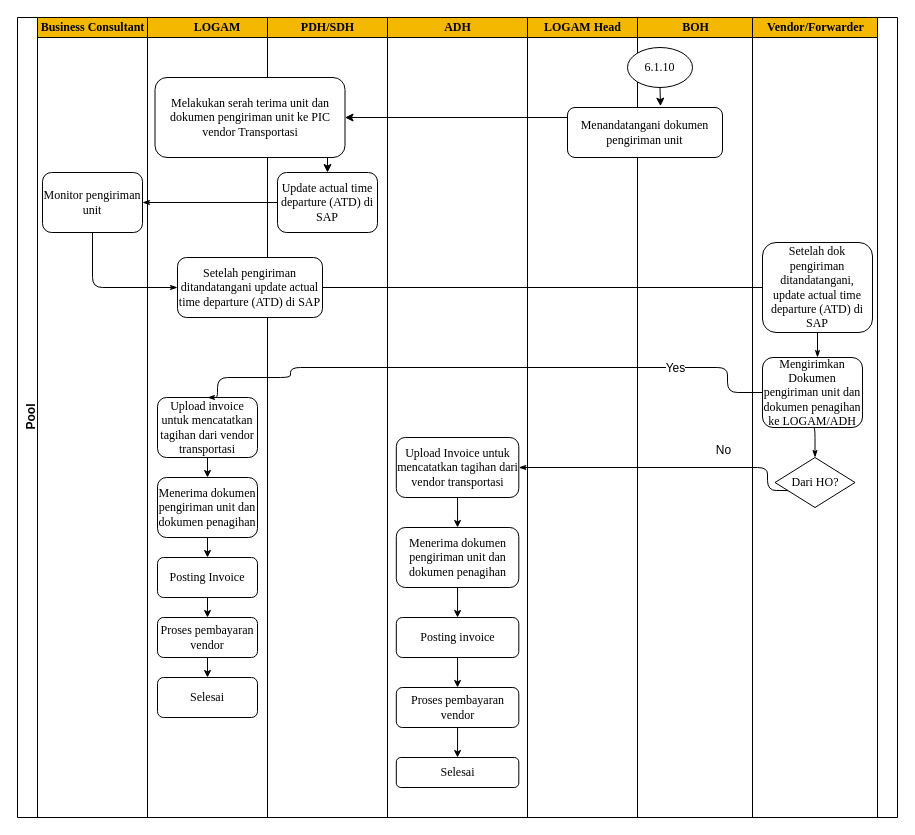
This is Untitled Diagram.drawio from MiftahRizky/miftahr, a draw.io file, before an edit. Source tidied: cells renumbered, new cells numbered last; positions are measured from the earlier drawing's top-left corner, leaving out a move shared by most shapes. Both pictures are drawn from the tidied source at 100%, with x=0, y=0 at pixel (17, 17).
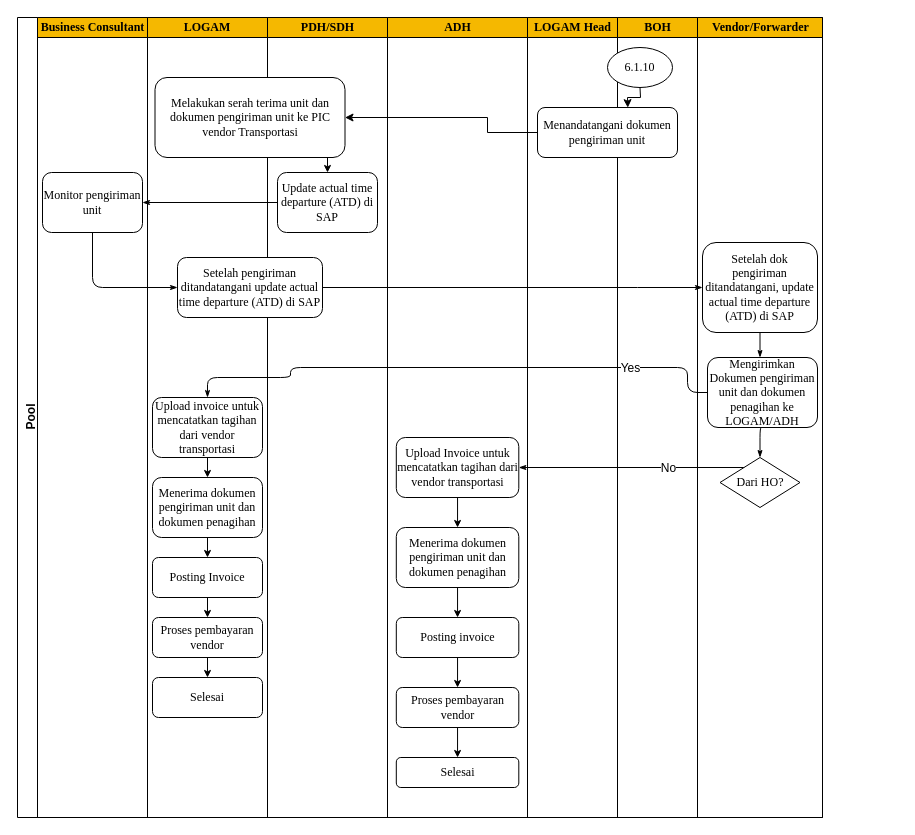
Above is the later version.

Unchanged cells that the change refers to:
```xml
<mxCell id="5" style="swimlane;html=1;startSize=20;fillColor=#f5b800;fontSize=12;align=center;" parent="2" vertex="1">
  <mxGeometry x="130" width="240" height="800" as="geometry" />
</mxCell>
<mxCell id="16" value="&lt;font style=&quot;font-size: 12px;&quot; face=&quot;Times New Roman&quot;&gt;Update actual time departure (ATD) di SAP&lt;/font&gt;" style="rounded=1;whiteSpace=wrap;html=1;shadow=0;labelBackgroundColor=none;strokeWidth=1;fontFamily=Verdana;fontSize=12;align=center;" parent="15" vertex="1">
  <mxGeometry x="10" y="155" width="100" height="60" as="geometry" />
</mxCell>
<mxCell id="17" value="&lt;font style=&quot;font-size: 12px;&quot; face=&quot;Times New Roman&quot;&gt;Setelah pengiriman ditandatangani update actual time departure (ATD) di SAP&lt;/font&gt;" style="rounded=1;whiteSpace=wrap;html=1;shadow=0;labelBackgroundColor=none;strokeWidth=1;fontFamily=Verdana;fontSize=12;align=center;" parent="15" vertex="1">
  <mxGeometry x="-90" y="240" width="145" height="60" as="geometry" />
</mxCell>
<mxCell id="18" value="&lt;font face=&quot;Times New Roman&quot; style=&quot;font-size: 12px;&quot;&gt;Melakukan serah terima unit dan dokumen pengiriman unit ke PIC vendor Transportasi&lt;/font&gt;" style="rounded=1;whiteSpace=wrap;html=1;shadow=0;labelBackgroundColor=none;strokeWidth=1;fontFamily=Verdana;fontSize=12;align=center;" parent="15" vertex="1">
  <mxGeometry x="-112.5" y="60" width="190" height="80" as="geometry" />
</mxCell>
<mxCell id="33" value="&lt;font face=&quot;Times New Roman&quot; style=&quot;font-size: 12px;&quot;&gt;6.1.10&lt;/font&gt;" style="ellipse;whiteSpace=wrap;html=1;fontSize=12;" parent="32" vertex="1">
  <mxGeometry x="-10" y="30" width="65" height="40" as="geometry" />
</mxCell>
<mxCell id="39" style="edgeStyle=orthogonalEdgeStyle;rounded=1;html=1;labelBackgroundColor=none;startArrow=none;startFill=0;startSize=5;endArrow=classicThin;endFill=1;endSize=5;jettySize=auto;strokeWidth=1;fontFamily=Verdana;fontSize=12;entryX=1;entryY=0.5;entryDx=0;entryDy=0;exitX=0;exitY=1;exitDx=0;exitDy=0;" parent="2" edge="1" source="47" target="22">
  <mxGeometry relative="1" as="geometry">
    <Array as="points">
      <mxPoint x="750" y="473" />
      <mxPoint x="750" y="450" />
    </Array>
  </mxGeometry>
</mxCell>
```

Diff of the diagram source:
```diff
@@
     <mxCell id="2" value="Pool" style="swimlane;html=1;startSize=20;rounded=0;shadow=0;strokeWidth=1;align=center;verticalAlign=top;horizontal=0;fontSize=12;" parent="1" vertex="1">
-      <mxGeometry width="880" height="800" as="geometry" />
+      <mxGeometry width="805" height="800" as="geometry" />
     </mxCell>
@@
     <mxCell id="6" value="&lt;font face=&quot;Times New Roman&quot; style=&quot;font-size: 12px;&quot;&gt;Upload invoice untuk mencatatkan tagihan dari vendor transportasi&lt;/font&gt;" style="rounded=1;whiteSpace=wrap;html=1;shadow=0;labelBackgroundColor=none;strokeWidth=1;fontFamily=Verdana;fontSize=12;align=center;" parent="5" vertex="1">
-      <mxGeometry x="10" y="380" width="100" height="60" as="geometry" />
+      <mxGeometry x="5" y="380" width="110" height="60" as="geometry" />
     </mxCell>
     <mxCell id="7" value="&lt;font face=&quot;Times New Roman&quot; style=&quot;font-size: 12px;&quot;&gt;Menerima dokumen pengiriman unit dan dokumen penagihan&lt;/font&gt;" style="rounded=1;whiteSpace=wrap;html=1;shadow=0;labelBackgroundColor=none;strokeWidth=1;fontFamily=Verdana;fontSize=12;align=center;" parent="5" vertex="1">
-      <mxGeometry x="10" y="460" width="100" height="60" as="geometry" />
+      <mxGeometry x="5" y="460" width="110" height="60" as="geometry" />
     </mxCell>
     <mxCell id="8" value="&lt;font face=&quot;Times New Roman&quot; style=&quot;font-size: 12px;&quot;&gt;Posting Invoice&lt;/font&gt;" style="rounded=1;whiteSpace=wrap;html=1;shadow=0;labelBackgroundColor=none;strokeWidth=1;fontFamily=Verdana;fontSize=12;align=center;" parent="5" vertex="1">
-      <mxGeometry x="10" y="540" width="100" height="40" as="geometry" />
+      <mxGeometry x="5" y="540" width="110" height="40" as="geometry" />
     </mxCell>
     <mxCell id="9" value="&lt;font face=&quot;Times New Roman&quot; style=&quot;font-size: 12px;&quot;&gt;Proses pembayaran vendor&lt;/font&gt;" style="rounded=1;whiteSpace=wrap;html=1;shadow=0;labelBackgroundColor=none;strokeWidth=1;fontFamily=Verdana;fontSize=12;align=center;" parent="5" vertex="1">
-      <mxGeometry x="10" y="600" width="100" height="40" as="geometry" />
+      <mxGeometry x="5" y="600" width="110" height="40" as="geometry" />
     </mxCell>
     <mxCell id="10" value="&lt;font style=&quot;font-size: 12px;&quot; face=&quot;Times New Roman&quot;&gt;Selesai&lt;/font&gt;" style="rounded=1;whiteSpace=wrap;html=1;shadow=0;labelBackgroundColor=none;strokeWidth=1;fontFamily=Verdana;fontSize=12;align=center;" parent="5" vertex="1">
-      <mxGeometry x="10" y="660" width="100" height="40" as="geometry" />
+      <mxGeometry x="5" y="660" width="110" height="40" as="geometry" />
     </mxCell>
@@
     <mxCell id="19" value="LOGAM" style="text;html=1;strokeColor=none;fillColor=none;align=center;verticalAlign=middle;whiteSpace=wrap;rounded=0;fontFamily=Times New Roman;fontStyle=1;" parent="5" vertex="1">
-      <mxGeometry x="40" width="60" height="20" as="geometry" />
+      <mxGeometry x="30" width="60" height="20" as="geometry" />
     </mxCell>
-    <mxCell id="20" style="endArrow=classic;html=1;rounded=0;entryX=0.5;entryY=0;entryDx=0;entryDy=0;" parent="5" edge="1" target="16">
+    <mxCell id="20" style="endArrow=classic;html=1;rounded=0;entryX=0.5;entryY=0;entryDx=0;entryDy=0;endSize=5;startSize=5;" parent="5" edge="1" target="16">
       <mxGeometry relative="1" as="geometry">
         <mxPoint x="110" y="140" as="sourcePoint" />
         <Array as="points">
           <mxPoint x="90" y="140" />
           <mxPoint x="180" y="140" />
         </Array>
       </mxGeometry>
     </mxCell>
@@
     <mxCell id="31" value="&lt;font face=&quot;Times New Roman&quot; style=&quot;font-size: 12px;&quot;&gt;LOGAM Head&lt;/font&gt;" style="swimlane;html=1;startSize=20;fillColor=#f5b800;fontSize=12;" parent="2" vertex="1">
-      <mxGeometry x="510" width="110" height="800" as="geometry" />
+      <mxGeometry x="510" width="90" height="800" as="geometry" />
     </mxCell>
     <mxCell id="32" value="&lt;font style=&quot;font-size: 12px;&quot; face=&quot;Times New Roman&quot;&gt;BOH&lt;/font&gt;" style="swimlane;html=1;startSize=20;fillColor=#f5b800;fontSize=12;" parent="2" vertex="1">
-      <mxGeometry x="620" width="115" height="800" as="geometry" />
+      <mxGeometry x="600" width="80" height="800" as="geometry" />
     </mxCell>
@@
     <mxCell id="34" value="&lt;font face=&quot;Times New Roman&quot; style=&quot;font-size: 12px;&quot;&gt;Menandatangani dokumen pengiriman unit&lt;/font&gt;" style="rounded=1;whiteSpace=wrap;html=1;fontSize=12;" parent="32" vertex="1">
-      <mxGeometry x="-70" y="90" width="155" height="50" as="geometry" />
+      <mxGeometry x="-80" y="90" width="140" height="50" as="geometry" />
     </mxCell>
-    <mxCell id="35" style="endArrow=classic;html=1;rounded=0;exitX=0.5;exitY=1;exitDx=0;exitDy=0;entryX=0.6;entryY=-0.027;entryDx=0;entryDy=0;entryPerimeter=0;" parent="32" edge="1" source="33" target="34">
-      <mxGeometry relative="1" as="geometry" />
+    <mxCell id="35" style="endArrow=classic;html=1;rounded=0;exitX=0.5;exitY=1;exitDx=0;exitDy=0;entryX=0.645;entryY=0.003;entryDx=0;entryDy=0;entryPerimeter=0;" parent="32" edge="1" source="33" target="34">
+      <mxGeometry relative="1" as="geometry">
+        <Array as="points">
+          <mxPoint x="23" y="80" />
+          <mxPoint x="10" y="80" />
+        </Array>
+      </mxGeometry>
     </mxCell>
-    <mxCell id="36" style="edgeStyle=orthogonalEdgeStyle;rounded=1;html=1;labelBackgroundColor=none;startArrow=none;startFill=0;startSize=5;endArrow=classicThin;endFill=1;endSize=5;jettySize=auto;strokeWidth=1;fontFamily=Verdana;fontSize=12;entryX=0;entryY=0.5;entryDx=0;entryDy=0;exitX=1;exitY=0.5;exitDx=0;exitDy=0;" parent="2" edge="1" source="17" target="44">
+    <mxCell id="36" style="edgeStyle=orthogonalEdgeStyle;rounded=1;html=1;labelBackgroundColor=none;startArrow=none;startFill=0;startSize=5;endArrow=classicThin;endFill=1;endSize=5;jettySize=auto;strokeWidth=1;fontFamily=Verdana;fontSize=12;exitX=1;exitY=0.5;exitDx=0;exitDy=0;entryX=0;entryY=0.5;entryDx=0;entryDy=0;" parent="2" edge="1" source="17" target="44">
       <mxGeometry relative="1" as="geometry">
         <Array as="points">
-          <mxPoint x="765" y="270" />
+          <mxPoint x="610" y="270" />
+          <mxPoint x="610" y="270" />
         </Array>
       </mxGeometry>
     </mxCell>
@@
     <mxCell id="40" value="No" style="edgeLabel;html=1;align=center;verticalAlign=middle;fontSize=12;" parent="39" vertex="1">
       <mxGeometry x="-0.63" y="2" relative="1" as="geometry">
-        <mxPoint x="-44" y="-20" as="offset" />
+        <mxPoint x="-99" y="-2" as="offset" />
       </mxGeometry>
     </mxCell>
     <mxCell id="41" style="edgeStyle=orthogonalEdgeStyle;rounded=1;html=1;labelBackgroundColor=none;startArrow=none;startFill=0;startSize=5;endArrow=classicThin;endFill=1;endSize=5;jettySize=auto;strokeWidth=1;fontFamily=Verdana;fontSize=12;entryX=0.5;entryY=0;entryDx=0;entryDy=0;exitX=0;exitY=0.5;exitDx=0;exitDy=0;" parent="2" edge="1" source="45" target="6">
       <mxGeometry relative="1" as="geometry">
         <Array as="points">
-          <mxPoint x="710" y="375" />
-          <mxPoint x="710" y="350" />
+          <mxPoint x="670" y="375" />
+          <mxPoint x="670" y="350" />
           <mxPoint x="273" y="350" />
           <mxPoint x="273" y="360" />
-          <mxPoint x="200" y="360" />
+          <mxPoint x="190" y="360" />
         </Array>
       </mxGeometry>
     </mxCell>
@@
     <mxCell id="43" value="&lt;font face=&quot;Times New Roman&quot; style=&quot;font-size: 12px;&quot;&gt;Vendor/Forwarder&lt;/font&gt;" style="swimlane;html=1;startSize=20;fillColor=#f5b800;strokeColor=#000000;fontSize=12;" parent="2" vertex="1">
-      <mxGeometry x="735" width="125" height="800" as="geometry" />
+      <mxGeometry x="680" width="125" height="800" as="geometry" />
     </mxCell>
     <mxCell id="44" value="&lt;font face=&quot;Times New Roman&quot; style=&quot;font-size: 12px;&quot;&gt;Setelah dok pengiriman ditandatangani, update actual time departure (ATD) di SAP&lt;/font&gt;" style="rounded=1;whiteSpace=wrap;html=1;shadow=0;labelBackgroundColor=none;strokeWidth=1;fontFamily=Verdana;fontSize=12;align=center;" parent="43" vertex="1">
-      <mxGeometry x="10" y="225" width="110" height="90" as="geometry" />
+      <mxGeometry x="5" y="225" width="115" height="90" as="geometry" />
     </mxCell>
     <mxCell id="45" value="&lt;font style=&quot;font-size: 12px;&quot; face=&quot;Times New Roman&quot;&gt;Mengirimkan Dokumen pengiriman unit dan dokumen penagihan ke LOGAM/ADH&lt;/font&gt;" style="rounded=1;whiteSpace=wrap;html=1;shadow=0;labelBackgroundColor=none;strokeWidth=1;fontFamily=Verdana;fontSize=12;align=center;" parent="43" vertex="1">
-      <mxGeometry x="10" y="340" width="100" height="70" as="geometry" />
+      <mxGeometry x="10" y="340" width="110" height="70" as="geometry" />
     </mxCell>
@@
     <mxCell id="49" style="endArrow=classic;html=1;rounded=0;exitX=0;exitY=0.5;exitDx=0;exitDy=0;entryX=1;entryY=0.5;entryDx=0;entryDy=0;" parent="2" edge="1" source="34" target="18">
       <mxGeometry relative="1" as="geometry">
         <Array as="points">
-          <mxPoint x="550" y="115" />
-          <mxPoint x="550" y="100" />
+          <mxPoint x="470" y="115" />
+          <mxPoint x="470" y="100" />
         </Array>
       </mxGeometry>
     </mxCell>
```
